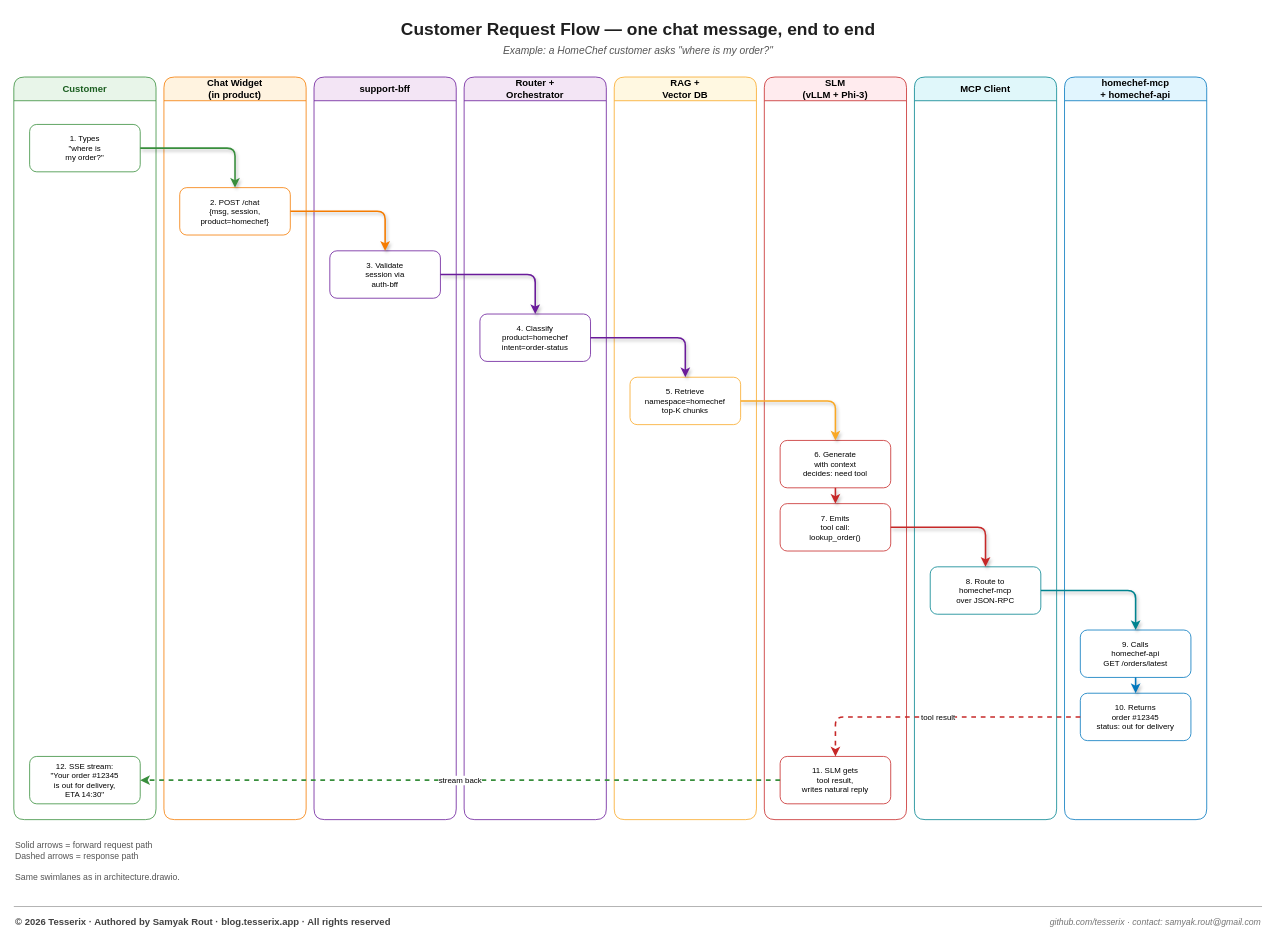
Before: docs/diagrams/customer-flow.drawio in tesserix/slm-support-platform, a draw.io diagram. Source tidied: cells renumbered, new cells numbered last; positions are measured from the earlier drawing's top-left corner, leaving out a move shared by most shapes. Both pictures are drawn from the tidied source at 79%, with x=0, y=0 at pixel (13, 13).
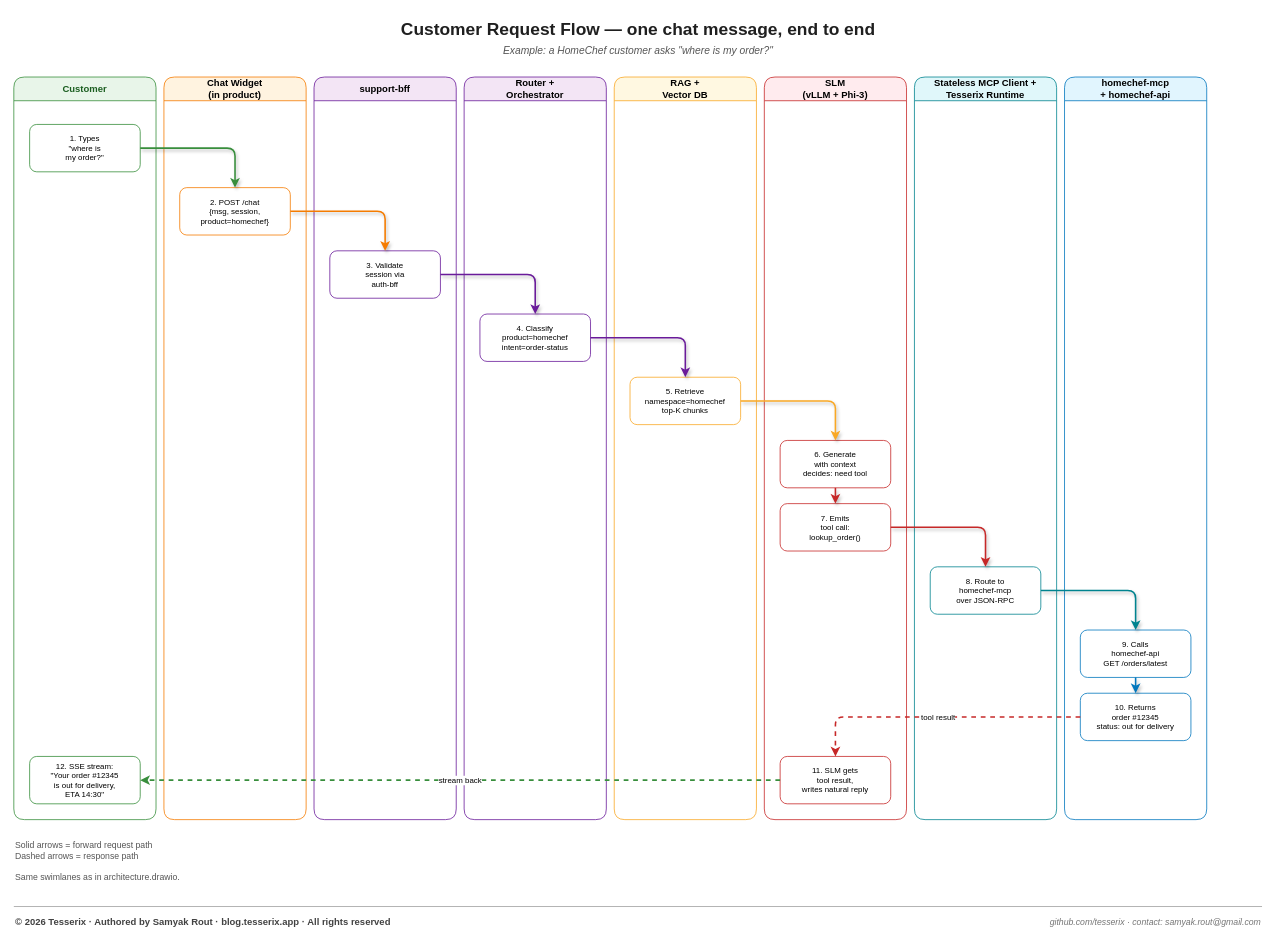
Above is the later version.

What changed in the source:
```diff
@@
-    <mxCell id="10" value="MCP Client" style="swimlane;rounded=1;whiteSpace=wrap;html=1;fillColor=#E0F7FA;strokeColor=#00838F;fontSize=12;fontStyle=1;startSize=30;horizontal=1;" parent="1" vertex="1">
+    <mxCell id="10" value="Stateless MCP Client + Tesserix Runtime" style="swimlane;rounded=1;whiteSpace=wrap;html=1;fillColor=#E0F7FA;strokeColor=#00838F;fontSize=12;fontStyle=1;startSize=30;horizontal=1;" parent="1" vertex="1">
       <mxGeometry x="1140" y="80" width="180" height="940" as="geometry" />
     </mxCell>
```
